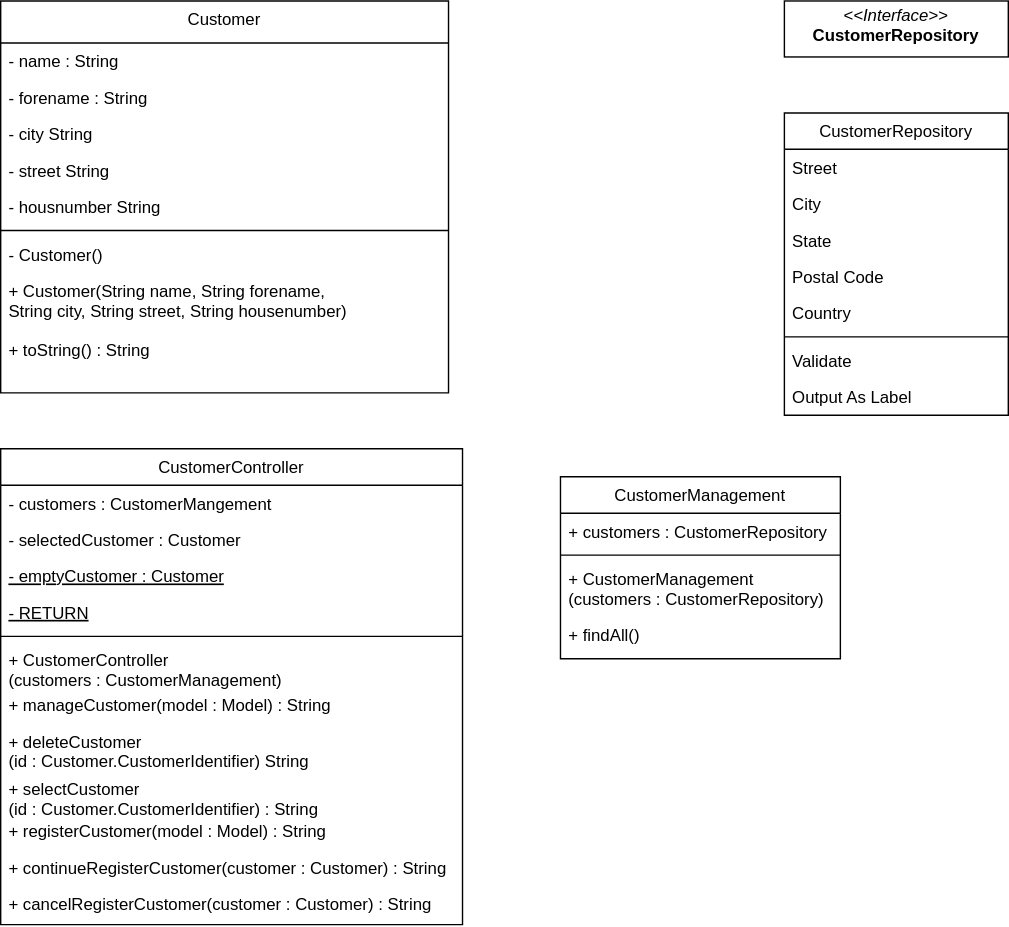
The draw.io diagram diagrams SWP/Klassendiagramm Customer.drawio.svg in StarSkiller/Diagrams, before a commit. Source tidied: cells renumbered, new cells last; positions are measured from the earlier drawing's top-left corner, leaving out a move shared by most shapes.
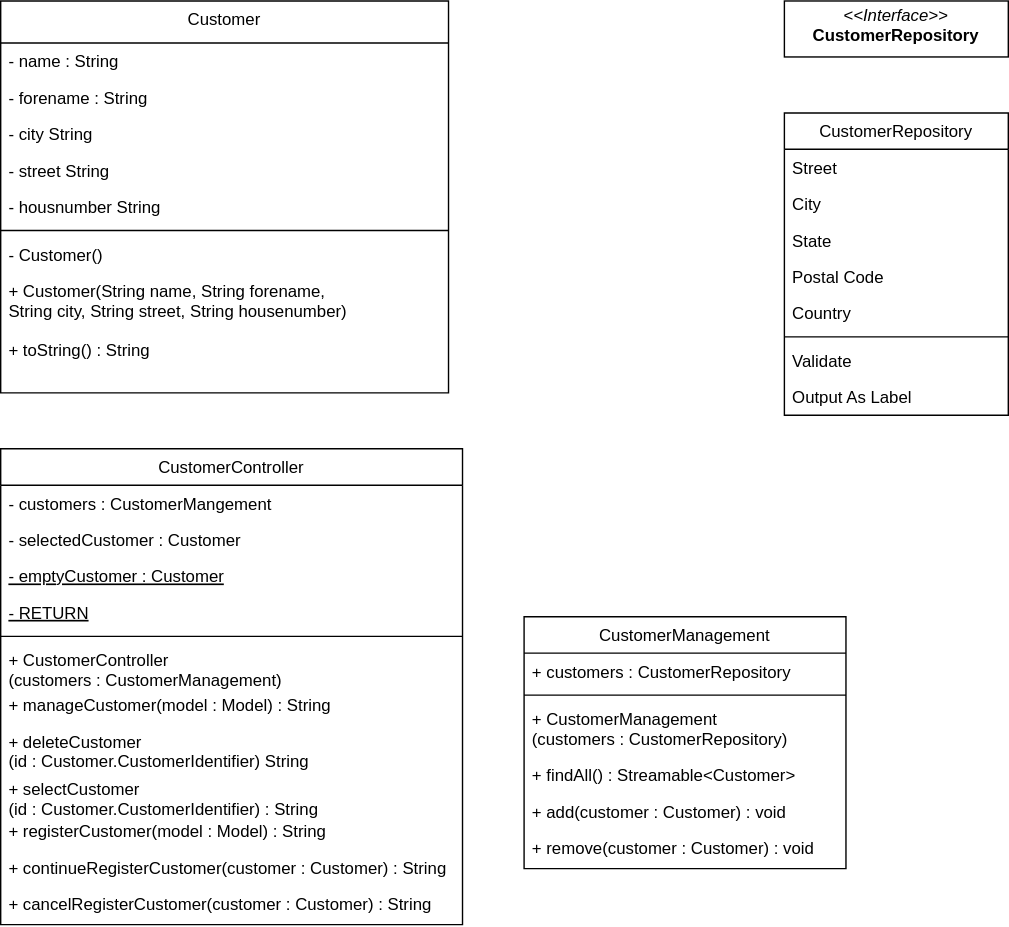
After the commit.

What changed in the source:
```diff
@@ -72,20 +72,26 @@
       <mxGeometry y="312" width="330" height="26" as="geometry" />
     </mxCell>
     <mxCell id="25" value="CustomerManagement" style="swimlane;fontStyle=0;align=center;verticalAlign=top;horizontal=1;startSize=26;rounded=0;shadow=0;strokeWidth=1;" parent="1" vertex="1">
-      <mxGeometry x="400" y="340" width="200" height="130" as="geometry" />
+      <mxGeometry x="374" y="440" width="230" height="180" as="geometry" />
     </mxCell>
     <mxCell id="26" value="+ customers : CustomerRepository" style="text;align=left;verticalAlign=top;spacingLeft=4;spacingRight=4;overflow=hidden;" parent="25" vertex="1">
-      <mxGeometry y="26" width="200" height="26" as="geometry" />
+      <mxGeometry y="26" width="230" height="26" as="geometry" />
     </mxCell>
     <mxCell id="27" style="line;html=1;strokeWidth=1;align=left;verticalAlign=middle;spacingTop=-1;spacingLeft=3;spacingRight=3;labelPosition=right;" parent="25" vertex="1">
-      <mxGeometry y="52" width="200" height="8" as="geometry" />
+      <mxGeometry y="52" width="230" height="8" as="geometry" />
     </mxCell>
     <mxCell id="28" value="+ CustomerManagement&#10;(customers : CustomerRepository)" style="text;align=left;verticalAlign=top;spacingLeft=4;spacingRight=4;overflow=hidden;" parent="25" vertex="1">
-      <mxGeometry y="60" width="200" height="40" as="geometry" />
+      <mxGeometry y="60" width="230" height="40" as="geometry" />
     </mxCell>
-    <mxCell id="29" value="+ findAll()" style="text;align=left;verticalAlign=top;spacingLeft=4;spacingRight=4;overflow=hidden;" parent="25" vertex="1">
-      <mxGeometry y="100" width="200" height="26" as="geometry" />
+    <mxCell id="29" value="+ findAll() : Streamable&lt;Customer&gt;" style="text;align=left;verticalAlign=top;spacingLeft=4;spacingRight=4;overflow=hidden;" parent="25" vertex="1">
+      <mxGeometry y="100" width="230" height="26" as="geometry" />
     </mxCell>
+    <mxCell id="40" value="+ add(customer : Customer) : void" style="text;align=left;verticalAlign=top;spacingLeft=4;spacingRight=4;overflow=hidden;" parent="25" vertex="1">
+      <mxGeometry y="126" width="230" height="26" as="geometry" />
+    </mxCell>
+    <mxCell id="41" value="+ remove(customer : Customer) : void" style="text;align=left;verticalAlign=top;spacingLeft=4;spacingRight=4;overflow=hidden;" parent="25" vertex="1">
+      <mxGeometry y="152" width="230" height="26" as="geometry" />
+    </mxCell>
     <mxCell id="30" value="CustomerRepository" style="swimlane;fontStyle=0;align=center;verticalAlign=top;horizontal=1;startSize=26;rounded=0;shadow=0;strokeWidth=1;" parent="1" vertex="1">
       <mxGeometry x="560" y="80" width="160" height="216" as="geometry" />
     </mxCell>
```
